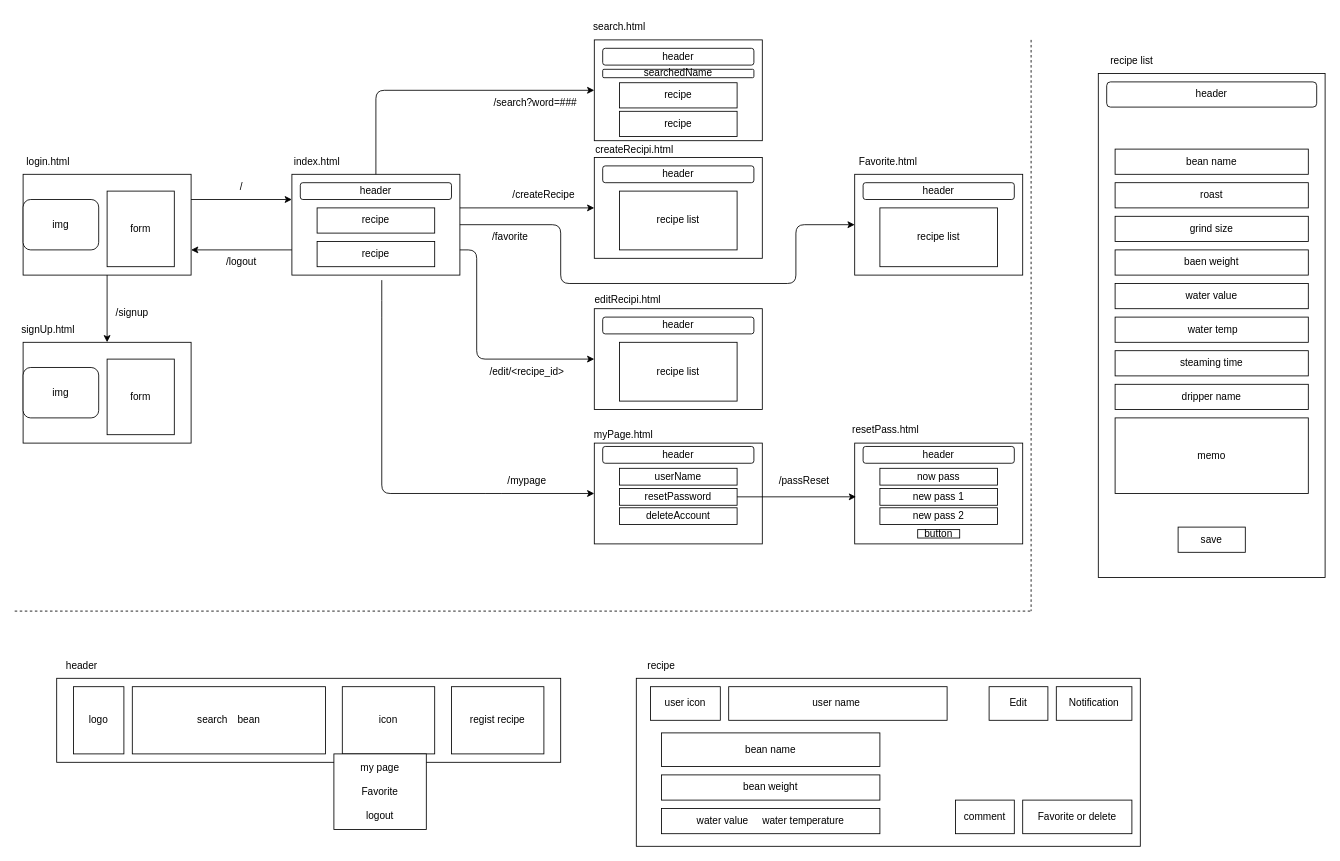
Before: screen.dio in sasa-0823/my_coffee, a draw.io diagram. Source tidied: cells renumbered, new cells numbered last; positions are measured from the earlier drawing's top-left corner, leaving out a move shared by most shapes. Both pictures are drawn from the tidied source at 84%, with x=0, y=0 at pixel (14, 14).
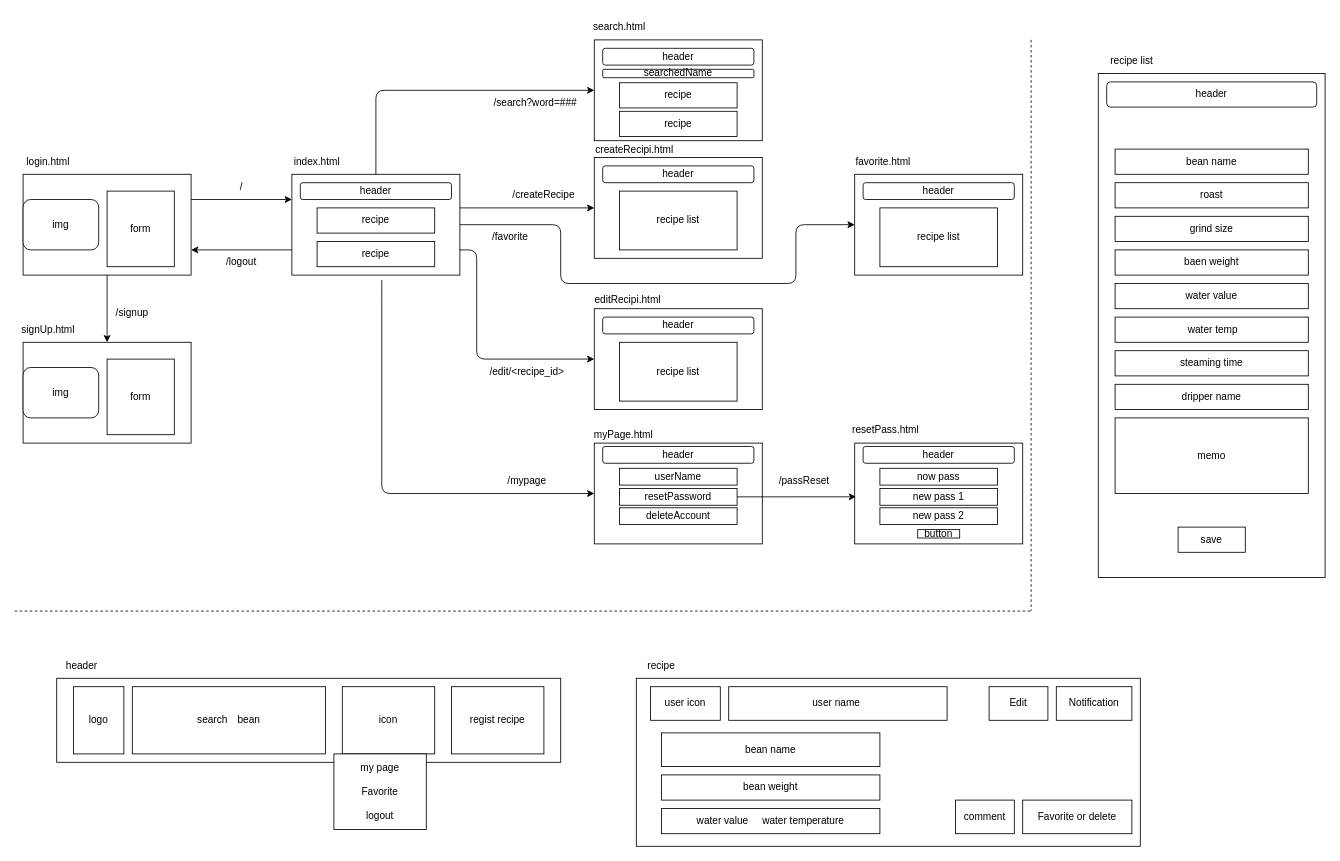
Above is the later version.

The change refers to these unchanged cells:
```xml
<mxCell id="101" style="group;" parent="1" vertex="1">
  <mxGeometry x="1000" y="160" width="200" height="150" as="geometry" />
</mxCell>
```

Change to the diagram source:
```diff
@@
-    <mxCell id="103" value="Favorite.html" style="text;html=1;strokeColor=none;fillColor=none;align=center;verticalAlign=middle;whiteSpace=wrap;rounded=0;" parent="101" vertex="1">
-      <mxGeometry x="10" width="60" height="30" as="geometry" />
+    <mxCell id="103" value="favorite.html" style="text;html=1;strokeColor=none;fillColor=none;align=center;verticalAlign=middle;whiteSpace=wrap;rounded=0;" parent="101" vertex="1">
+      <mxGeometry x="4" width="60" height="30" as="geometry" />
     </mxCell>
```
